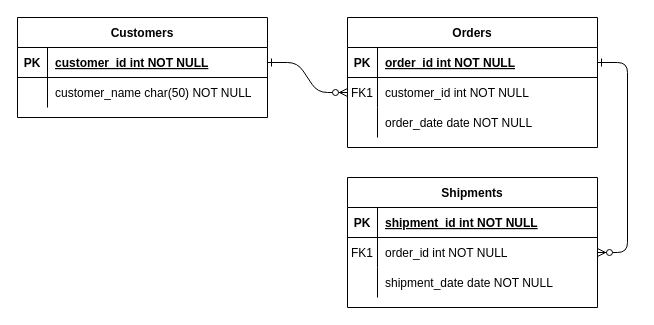
Above: Untitled Diagram.drawio in itskjmiles/databasefundamentals (draw.io), before the change. Source tidied: cells renumbered, new cells numbered last; positions are measured from the earlier drawing's top-left corner, leaving out a move shared by most shapes. Both pictures are drawn from the tidied source at 100%, with x=0, y=0 at pixel (17, 17).
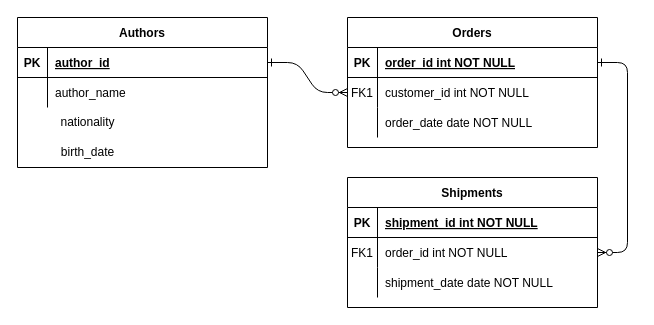
The same diagram, later.

The change refers to these unchanged cells:
```xml
<mxCell id="25" style="shape=partialRectangle;fillColor=none;points=[[0,0.5],[1,0.5]];portConstraint=eastwest;top=0;left=0;right=0;bottom=1;" parent="24" vertex="1">
  <mxGeometry y="30" width="250" height="30" as="geometry" />
</mxCell>
<mxCell id="28" style="shape=partialRectangle;fillColor=none;top=0;left=0;right=0;bottom=0;" parent="24" vertex="1">
  <mxGeometry y="60" width="250" height="30" as="geometry" />
</mxCell>
```

Diff of the diagram source:
```diff
@@
-    <mxCell id="24" value="Customers" style="shape=table;startSize=30;childLayout=tableLayout;rowLines=0;fontStyle=1;align=center;" parent="1" vertex="1">
-      <mxGeometry width="250" height="100" as="geometry" />
+    <mxCell id="24" value="Authors" style="shape=table;startSize=30;childLayout=tableLayout;rowLines=0;fontStyle=1;align=center;" parent="1" vertex="1">
+      <mxGeometry width="250" height="150" as="geometry" />
     </mxCell>
@@
-    <mxCell id="27" value="customer_id int NOT NULL " style="shape=partialRectangle;overflow=hidden;fillColor=none;top=0;left=0;bottom=0;right=0;align=left;spacingLeft=6;fontStyle=5;" parent="25" vertex="1">
+    <mxCell id="27" value="author_id" style="shape=partialRectangle;overflow=hidden;fillColor=none;top=0;left=0;bottom=0;right=0;align=left;spacingLeft=6;fontStyle=5;" parent="25" vertex="1">
       <mxGeometry x="30" width="220" height="30" as="geometry" />
     </mxCell>
@@
-    <mxCell id="30" value="customer_name char(50) NOT NULL" style="shape=partialRectangle;overflow=hidden;fillColor=none;top=0;left=0;bottom=0;right=0;align=left;spacingLeft=6;" parent="28" vertex="1">
+    <mxCell id="30" value="author_name" style="shape=partialRectangle;overflow=hidden;fillColor=none;top=0;left=0;bottom=0;right=0;align=left;spacingLeft=6;" parent="28" vertex="1">
       <mxGeometry x="30" width="220" height="30" as="geometry" />
     </mxCell>
+    <mxCell id="31" value="nationality" style="text;html=1;align=center;verticalAlign=middle;strokeColor=none;fillColor=none;" parent="1" vertex="1">
+      <mxGeometry x="30" y="90" width="80" height="30" as="geometry" />
+    </mxCell>
+    <mxCell id="32" value="birth_date" style="text;html=1;align=center;verticalAlign=middle;strokeColor=none;fillColor=none;" parent="1" vertex="1">
+      <mxGeometry x="30" y="120" width="80" height="30" as="geometry" />
+    </mxCell>
```
